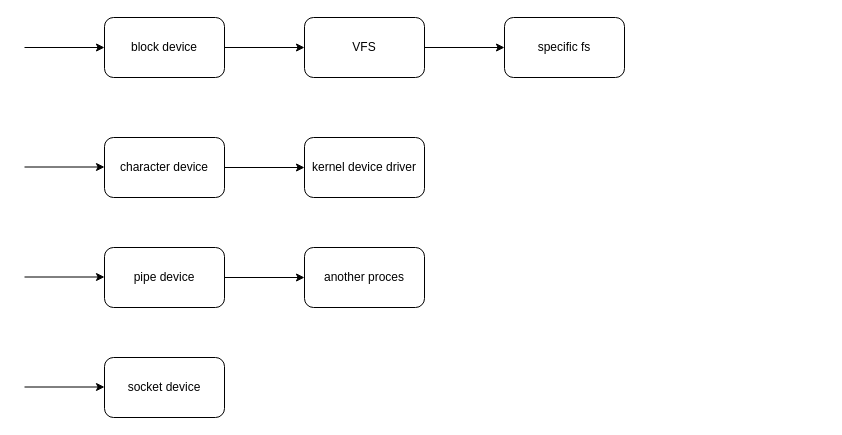
This is cr/draw_io/linux_device.drawio from cezhang/cezhang.github.io, a draw.io file, before an edit. Source tidied: cells renumbered, new cells numbered last; positions are measured from the earlier drawing's top-left corner, leaving out a move shared by most shapes. Both pictures are drawn from the tidied source at 100%, with x=0, y=0 at pixel (24, 17).
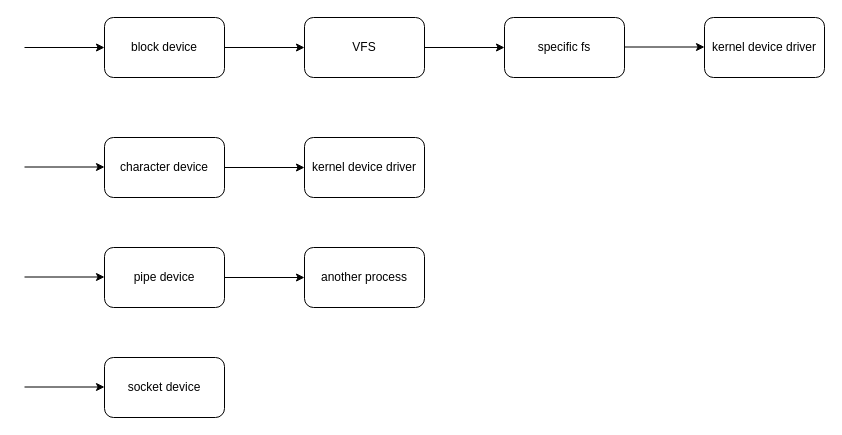
The same page after the edit.

Diff of the diagram source:
```diff
@@
-    <mxCell id="16" value="another proces" style="rounded=1;whiteSpace=wrap;html=1;" parent="1" vertex="1">
+    <mxCell id="16" value="another process" style="rounded=1;whiteSpace=wrap;html=1;" parent="1" vertex="1">
       <mxGeometry x="280" y="230" width="120" height="60" as="geometry" />
     </mxCell>
@@
+    <mxCell id="18" value="kernel device driver" style="rounded=1;whiteSpace=wrap;html=1;" parent="1" vertex="1">
+      <mxGeometry x="680" width="120" height="60" as="geometry" />
+    </mxCell>
+    <mxCell id="19" style="endArrow=classic;html=1;rounded=0;exitX=1;exitY=0.5;exitDx=0;exitDy=0;entryX=0;entryY=0.5;entryDx=0;entryDy=0;" parent="1" edge="1">
+      <mxGeometry relative="1" as="geometry">
+        <mxPoint x="600" y="29.5" as="sourcePoint" />
+        <mxPoint x="680" y="29.5" as="targetPoint" />
+      </mxGeometry>
+    </mxCell>
```
